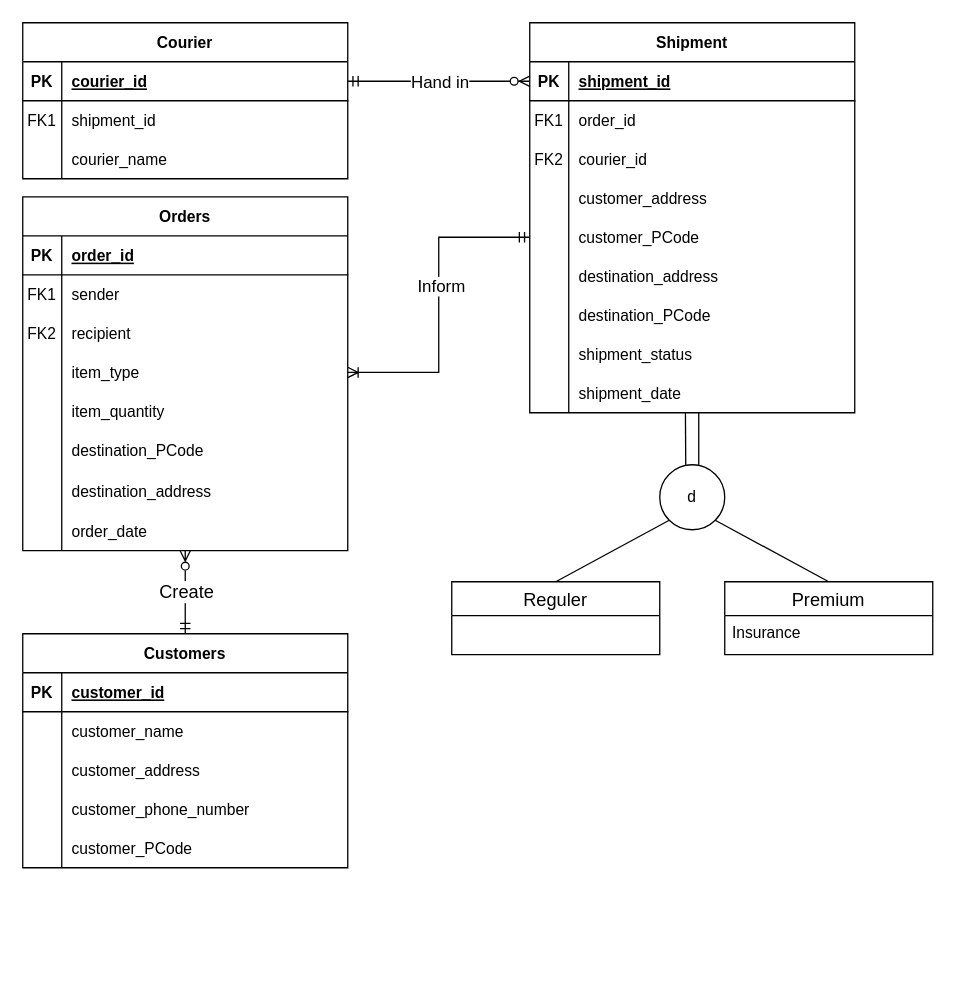
The draw.io diagram page "ERD" (1 of 3) of ERD/ERD_RT_Norm.drawio in jeki-z/dripship, before the edit. Source tidied: cells renumbered, new cells numbered last; positions are measured from the earlier drawing's top-left corner, leaving out a move shared by most shapes. Both pictures are drawn from the tidied source at 130%, with x=0, y=0 at pixel (22, 22).
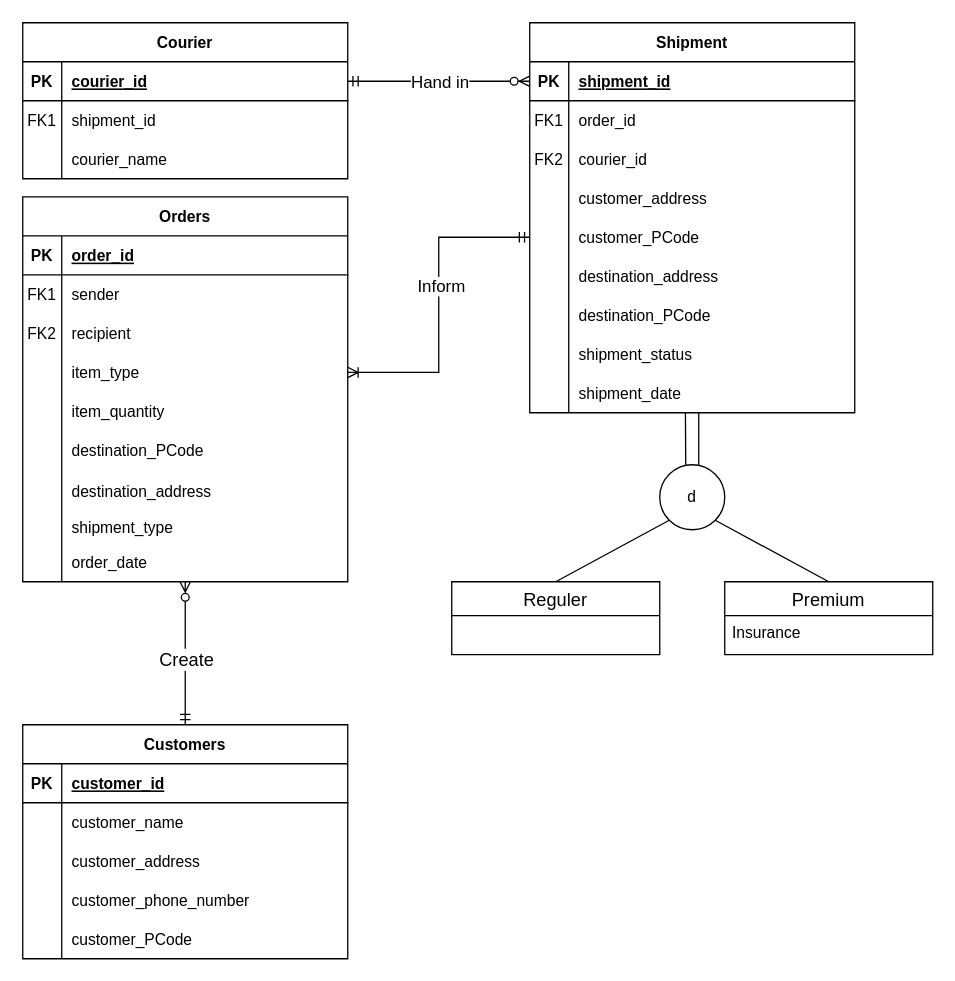
After the change.

Change to the diagram source:
```diff
@@
     <mxCell id="2" value="Orders" style="shape=table;startSize=30;childLayout=tableLayout;rowLines=0;fontStyle=1;align=center;" parent="1" vertex="1">
-      <mxGeometry y="134" width="250" height="272" as="geometry" />
+      <mxGeometry y="134" width="250" height="296" as="geometry" />
     </mxCell>
@@
+    <mxCell id="98" style="shape=partialRectangle;fillColor=none;top=0;left=0;bottom=0;right=0;" parent="2" vertex="1">
+      <mxGeometry y="242" width="250" height="24" as="geometry" />
+    </mxCell>
+    <mxCell id="99" style="shape=partialRectangle;fillColor=none;top=0;left=0;bottom=0;right=0;overflow=hidden;" parent="98" vertex="1">
+      <mxGeometry width="30" height="24" as="geometry" />
+    </mxCell>
+    <mxCell id="100" value="shipment_type" style="shape=partialRectangle;fillColor=none;top=0;left=0;bottom=0;right=0;align=left;spacingLeft=6;overflow=hidden;" parent="98" vertex="1">
+      <mxGeometry x="30" width="220" height="24" as="geometry" />
+    </mxCell>
     <mxCell id="24" style="shape=partialRectangle;fillColor=none;top=0;left=0;bottom=0;right=0;fontSize=13;strokeColor=default;" parent="2" vertex="1">
-      <mxGeometry y="242" width="250" height="30" as="geometry" />
+      <mxGeometry y="266" width="250" height="30" as="geometry" />
     </mxCell>
@@
     <mxCell id="39" value="Customers" style="shape=table;startSize=30;childLayout=tableLayout;rowLines=0;fontStyle=1;align=center;" parent="1" vertex="1">
-      <mxGeometry y="470" width="250" height="180" as="geometry" />
+      <mxGeometry y="540" width="250" height="180" as="geometry" />
     </mxCell>
```
